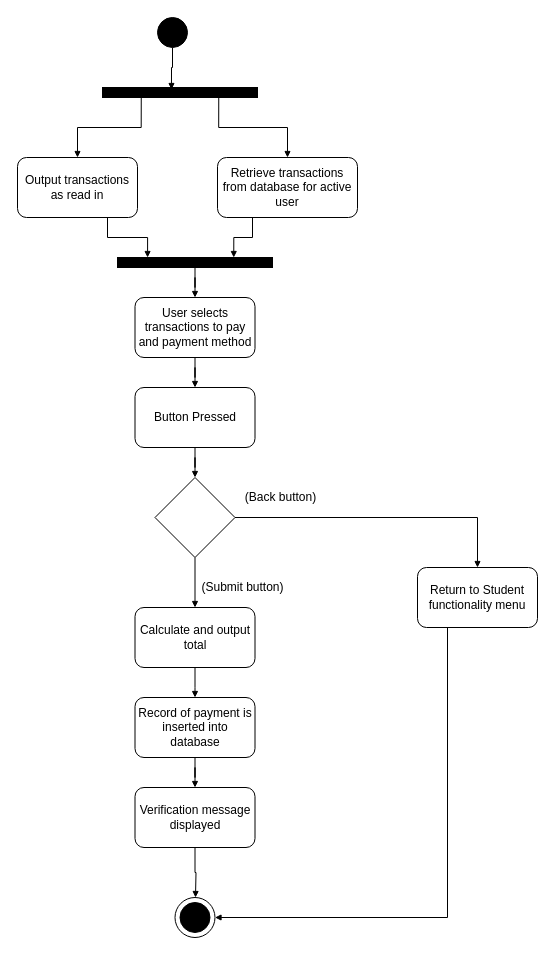
Above: page "Manage_Charges_Activity" (8 of 8) of DesignDocument1.drawio in ImBrent/ClassWork (draw.io), before the change. Source tidied: cells renumbered, new cells numbered last; positions are measured from the earlier drawing's top-left corner, leaving out a move shared by most shapes. Both pictures are drawn from the tidied source at 100%, with x=0, y=0 at pixel (17, 17).
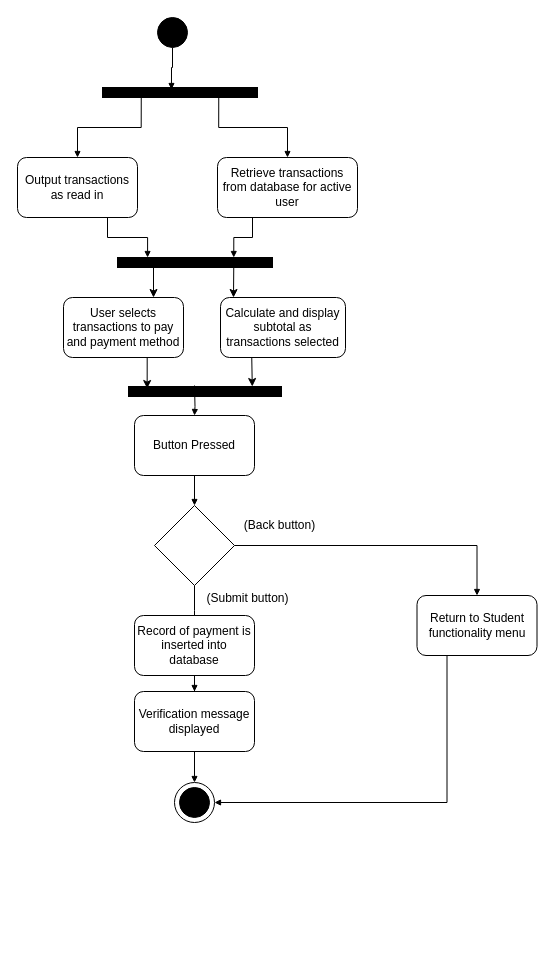
The same page after the edit.

The change refers to these unchanged cells:
```xml
<mxCell id="5" style="ellipse;whiteSpace=wrap;html=1;fillColor=#FFFFFF;" parent="4" vertex="1">
  <mxGeometry width="40" height="40" as="geometry" />
</mxCell>
<mxCell id="15" style="rounded=0;whiteSpace=wrap;html=1;fillColor=#000000;" parent="1" vertex="1">
  <mxGeometry x="100" y="240" width="155" height="10" as="geometry" />
</mxCell>
```

The edit, as a diff of the source:
```diff
@@
     <mxCell id="4" style="group;" parent="1" vertex="1">
-      <mxGeometry x="157.5" y="880" width="40" height="40" as="geometry" />
+      <mxGeometry x="157" y="765" width="40" height="40" as="geometry" />
     </mxCell>
@@
-    <mxCell id="14" style="edgeStyle=orthogonalEdgeStyle;rounded=0;jettySize=auto;html=1;startArrow=none;startFill=0;endArrow=block;endFill=1;endSize=4;strokeWidth=1;" parent="1" edge="1" source="15" target="17">
+    <mxCell id="14" style="edgeStyle=orthogonalEdgeStyle;rounded=0;jettySize=auto;html=1;exitX=0.25;exitY=1;exitDx=0;exitDy=0;entryX=0.75;entryY=0;entryDx=0;entryDy=0;" parent="1" edge="1" source="15" target="17">
       <mxGeometry relative="1" as="geometry" />
     </mxCell>
+    <mxCell id="33" style="edgeStyle=orthogonalEdgeStyle;rounded=0;jettySize=auto;html=1;exitX=0.75;exitY=1;exitDx=0;exitDy=0;entryX=0.104;entryY=0;entryDx=0;entryDy=0;entryPerimeter=0;" parent="1" edge="1" source="15" target="35">
+      <mxGeometry relative="1" as="geometry" />
+    </mxCell>
@@
-    <mxCell id="16" style="edgeStyle=orthogonalEdgeStyle;rounded=0;jettySize=auto;html=1;startArrow=none;startFill=0;endArrow=block;endFill=1;endSize=4;strokeWidth=1;" parent="1" edge="1" source="17" target="19">
-      <mxGeometry relative="1" as="geometry" />
+    <mxCell id="16" style="edgeStyle=orthogonalEdgeStyle;rounded=0;jettySize=auto;html=1;startArrow=none;startFill=0;endArrow=block;endFill=1;endSize=4;strokeWidth=1;" parent="1" edge="1" target="19">
+      <mxGeometry relative="1" as="geometry">
+        <mxPoint x="177" y="368" as="sourcePoint" />
+      </mxGeometry>
     </mxCell>
-    <mxCell id="17" value="User selects transactions to pay and payment method" style="rounded=1;whiteSpace=wrap;html=1;fillColor=#FFFFFF;" parent="1" vertex="1">
-      <mxGeometry x="117.5" y="280" width="120" height="60" as="geometry" />
-    </mxCell>
@@
     <mxCell id="19" value="Button Pressed" style="rounded=1;whiteSpace=wrap;html=1;fillColor=#FFFFFF;" parent="1" vertex="1">
-      <mxGeometry x="117.5" y="370" width="120" height="60" as="geometry" />
+      <mxGeometry x="117" y="398" width="120" height="60" as="geometry" />
     </mxCell>
@@
-    <mxCell id="21" style="edgeStyle=orthogonalEdgeStyle;rounded=0;jettySize=auto;html=1;startArrow=none;startFill=0;endArrow=block;endFill=1;endSize=4;strokeWidth=1;" parent="1" edge="1" source="22" target="27">
-      <mxGeometry relative="1" as="geometry" />
+    <mxCell id="21" style="edgeStyle=orthogonalEdgeStyle;rounded=0;jettySize=auto;html=1;startArrow=none;startFill=0;endArrow=block;endFill=1;endSize=4;strokeWidth=1;" parent="1" edge="1" source="22">
+      <mxGeometry relative="1" as="geometry">
+        <mxPoint x="177" y="618" as="targetPoint" />
+      </mxGeometry>
     </mxCell>
     <mxCell id="22" style="rhombus;whiteSpace=wrap;html=1;fillColor=#FFFFFF;" parent="1" vertex="1">
-      <mxGeometry x="137.5" y="460" width="80" height="80" as="geometry" />
+      <mxGeometry x="137" y="488" width="80" height="80" as="geometry" />
     </mxCell>
@@
     <mxCell id="24" value="Return to Student functionality menu" style="rounded=1;whiteSpace=wrap;html=1;fillColor=#FFFFFF;" parent="1" vertex="1">
-      <mxGeometry x="400" y="550" width="120" height="60" as="geometry" />
+      <mxGeometry x="399.5" y="578" width="120" height="60" as="geometry" />
     </mxCell>
     <mxCell id="25" value="(Back button)" style="text;html=1;align=center;verticalAlign=middle;" parent="1" vertex="1">
-      <mxGeometry x="217.5" y="470" width="90" height="20" as="geometry" />
+      <mxGeometry x="217" y="498" width="90" height="20" as="geometry" />
     </mxCell>
-    <mxCell id="26" style="edgeStyle=orthogonalEdgeStyle;rounded=0;jettySize=auto;html=1;startArrow=none;startFill=0;endArrow=block;endFill=1;endSize=4;strokeWidth=1;" parent="1" edge="1" source="27">
-      <mxGeometry relative="1" as="geometry">
-        <mxPoint x="177.5" y="680" as="targetPoint" />
-      </mxGeometry>
-    </mxCell>
-    <mxCell id="27" value="Calculate and output total" style="rounded=1;whiteSpace=wrap;html=1;fillColor=#FFFFFF;" parent="1" vertex="1">
-      <mxGeometry x="117.5" y="590" width="120" height="60" as="geometry" />
-    </mxCell>
     <mxCell id="28" value="(Submit button)" style="text;html=1;align=center;verticalAlign=middle;" parent="1" vertex="1">
-      <mxGeometry x="170" y="560" width="110" height="20" as="geometry" />
+      <mxGeometry x="174.5" y="571" width="110" height="20" as="geometry" />
     </mxCell>
@@
     <mxCell id="30" value="Record of payment is inserted into database" style="rounded=1;whiteSpace=wrap;html=1;fillColor=#FFFFFF;" parent="1" vertex="1">
-      <mxGeometry x="117.5" y="680" width="120" height="60" as="geometry" />
+      <mxGeometry x="117" y="598" width="120" height="60" as="geometry" />
     </mxCell>
-    <mxCell id="31" style="edgeStyle=orthogonalEdgeStyle;rounded=0;jettySize=auto;html=1;exitX=0.5;exitY=1;exitDx=0;exitDy=0;startArrow=none;startFill=0;endArrow=block;endFill=1;endSize=4;strokeWidth=1;" parent="1" edge="1" source="32">
-      <mxGeometry relative="1" as="geometry">
-        <mxPoint x="178" y="880" as="targetPoint" />
-      </mxGeometry>
+    <mxCell id="31" style="edgeStyle=orthogonalEdgeStyle;rounded=0;jettySize=auto;html=1;exitX=0.5;exitY=1;exitDx=0;exitDy=0;startArrow=none;startFill=0;endArrow=block;endFill=1;endSize=4;strokeWidth=1;entryX=0.5;entryY=0;entryDx=0;entryDy=0;" parent="1" edge="1" source="32" target="5">
+      <mxGeometry relative="1" as="geometry" />
     </mxCell>
     <mxCell id="32" value="Verification message displayed" style="whiteSpace=wrap;html=1;rounded=1;fillColor=#FFFFFF;" parent="1" vertex="1">
-      <mxGeometry x="117.5" y="770" width="120" height="60" as="geometry" />
+      <mxGeometry x="117" y="674" width="120" height="60" as="geometry" />
     </mxCell>
+    <mxCell id="34" style="edgeStyle=orthogonalEdgeStyle;rounded=0;jettySize=auto;html=1;exitX=0.25;exitY=1;exitDx=0;exitDy=0;entryX=0.809;entryY=0;entryDx=0;entryDy=0;entryPerimeter=0;" parent="1" edge="1" source="35" target="37">
+      <mxGeometry relative="1" as="geometry" />
+    </mxCell>
+    <mxCell id="35" value="Calculate and display subtotal as transactions selected" style="rounded=1;whiteSpace=wrap;html=1;fillColor=#FFFFFF;" parent="1" vertex="1">
+      <mxGeometry x="203" y="280" width="125" height="60" as="geometry" />
+    </mxCell>
+    <mxCell id="36" style="edgeStyle=orthogonalEdgeStyle;rounded=0;jettySize=auto;html=1;exitX=0.75;exitY=1;exitDx=0;exitDy=0;entryX=0.122;entryY=0.2;entryDx=0;entryDy=0;entryPerimeter=0;" parent="1" edge="1" source="17" target="37">
+      <mxGeometry relative="1" as="geometry" />
+    </mxCell>
+    <mxCell id="17" value="User selects transactions to pay and payment method" style="rounded=1;whiteSpace=wrap;html=1;fillColor=#FFFFFF;" parent="1" vertex="1">
+      <mxGeometry x="46" y="280" width="120" height="60" as="geometry" />
+    </mxCell>
+    <mxCell id="37" style="rounded=0;whiteSpace=wrap;html=1;fillColor=#000000;" parent="1" vertex="1">
+      <mxGeometry x="111" y="369" width="153" height="10" as="geometry" />
+    </mxCell>
```
